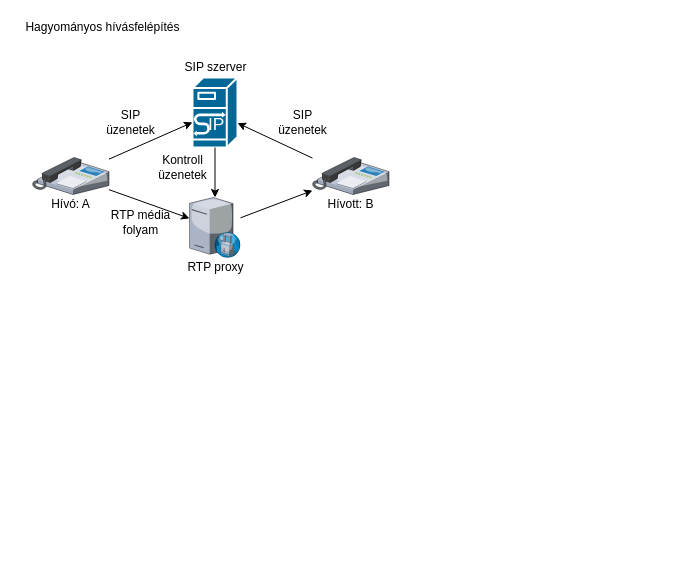
The draw.io diagram figures/figures.drawio in VidarHUN/thesis, before the edit. Source tidied: cells renumbered, new cells numbered last; positions are measured from the earlier drawing's top-left corner, leaving out a move shared by most shapes. Both pictures are drawn from the tidied source at 100%, with x=0, y=0 at pixel (17, 17).
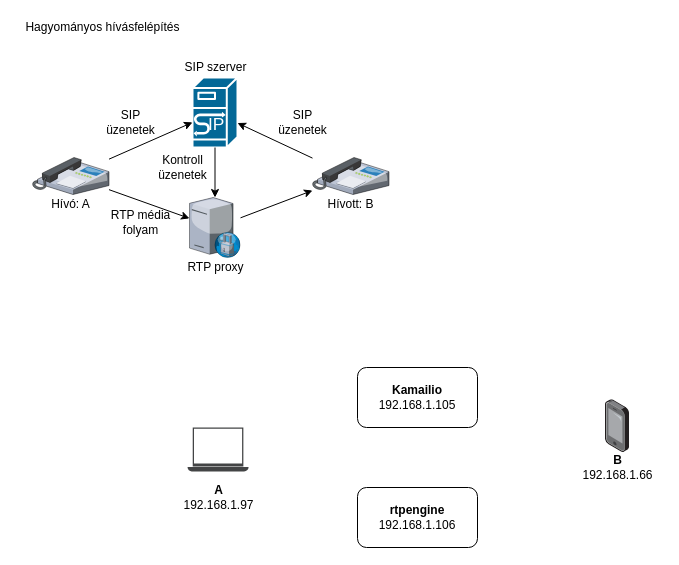
The same diagram, later.

What changed in the source:
```diff
@@
+    <mxCell id="25" value="&lt;b&gt;Kamailio&lt;/b&gt;&lt;br&gt;192.168.1.105" style="rounded=1;whiteSpace=wrap;html=1;" parent="1" vertex="1">
+      <mxGeometry x="340" y="350" width="120" height="60" as="geometry" />
+    </mxCell>
+    <mxCell id="26" value="&lt;b&gt;rtpengine&lt;/b&gt;&lt;br&gt;192.168.1.106" style="rounded=1;whiteSpace=wrap;html=1;" parent="1" vertex="1">
+      <mxGeometry x="340" y="470" width="120" height="60" as="geometry" />
+    </mxCell>
+    <mxCell id="27" style="shadow=0;dashed=0;html=1;strokeColor=none;fillColor=#434445;labelPosition=center;verticalLabelPosition=bottom;verticalAlign=top;align=center;shape=mxgraph.vvd.laptop;" parent="1" vertex="1">
+      <mxGeometry x="170" y="410" width="61.1" height="44" as="geometry" />
+    </mxCell>
+    <mxCell id="28" value="&lt;b&gt;A&lt;/b&gt;&lt;br&gt;192.168.1.97" style="text;html=1;align=center;verticalAlign=middle;" parent="1" vertex="1">
+      <mxGeometry x="155.6" y="465" width="90" height="30" as="geometry" />
+    </mxCell>
+    <mxCell id="29" style="html=1;align=center;shadow=0;dashed=0;image;image=img/lib/allied_telesis/computer_and_terminals/Smartphone.svg;" parent="1" vertex="1">
+      <mxGeometry x="587.9" y="382.2" width="24.2" height="52.8" as="geometry" />
+    </mxCell>
+    <mxCell id="30" value="&lt;b&gt;B&lt;/b&gt;&lt;br&gt;192.168.1.66" style="text;html=1;align=center;verticalAlign=middle;" parent="1" vertex="1">
+      <mxGeometry x="555" y="435" width="90" height="30" as="geometry" />
+    </mxCell>
```
